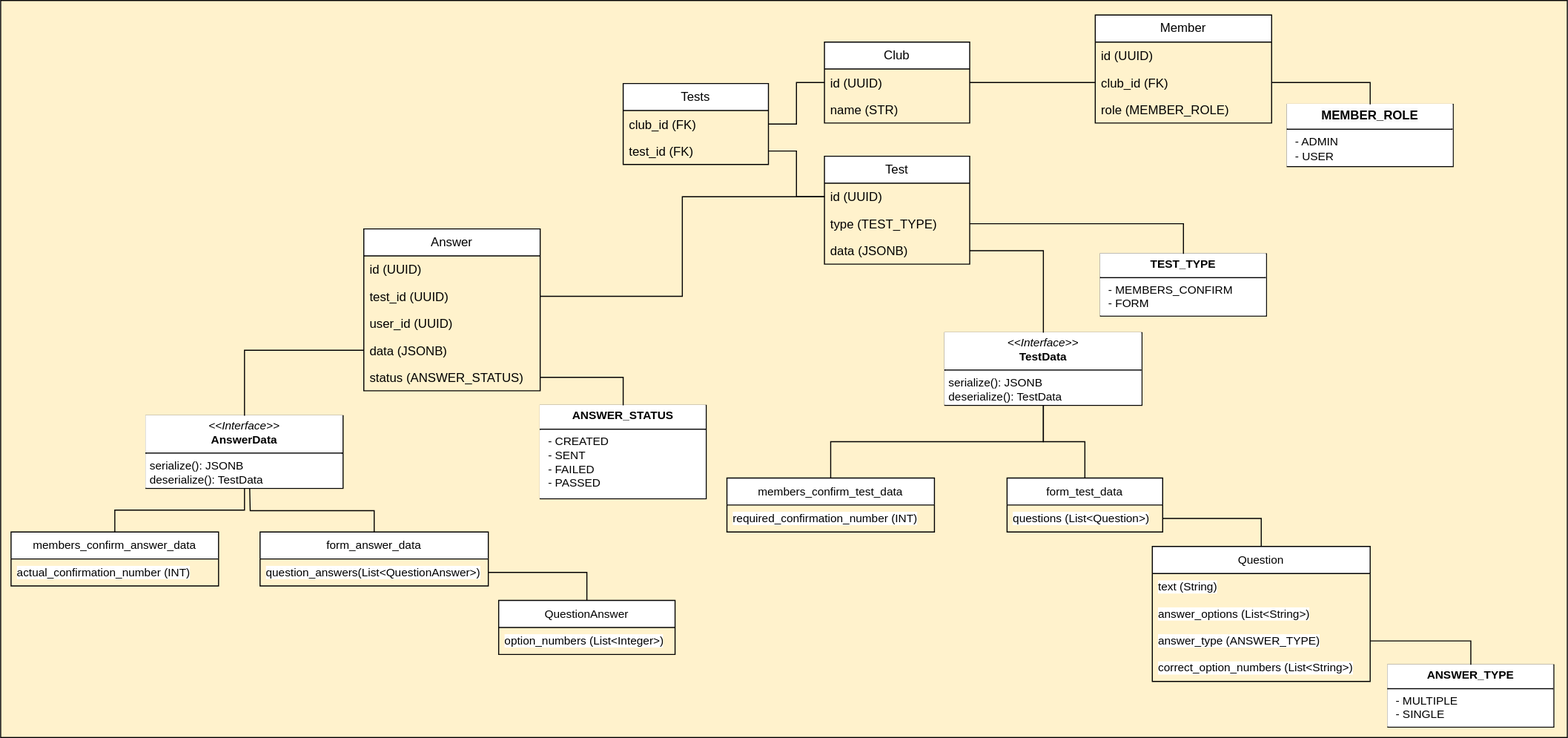
Before: doc/img/domain_model.drawio.svg, a diagram exported from draw.io (ru-random-walk/club-service). Source tidied: cells renumbered, new cells last; positions are measured from the earlier drawing's top-left corner, leaving out a move shared by most shapes.
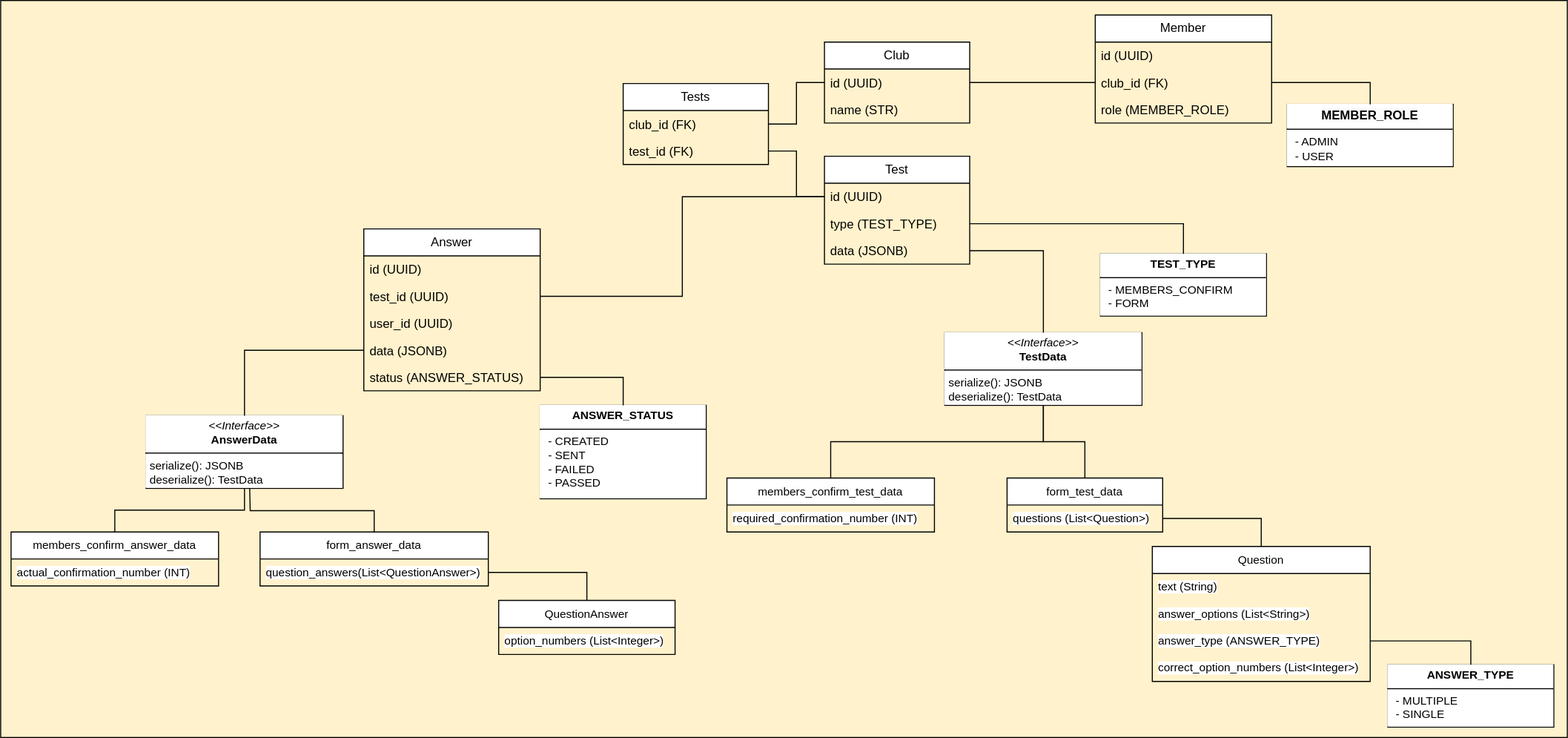
Above is the later version.

Commit message:
RANDOMWALK-20: fix schema

What changed in the source:
```diff
@@ -86,7 +86,7 @@
     <mxCell id="29" value="answer_type (ANSWER_TYPE)" style="text;strokeColor=none;fillColor=none;align=left;verticalAlign=top;spacingLeft=4;spacingRight=4;overflow=hidden;points=[[0,0.5],[1,0.5]];portConstraint=eastwest;whiteSpace=wrap;html=1;fontFamily=Helvetica;fontSize=11;fontColor=default;labelBackgroundColor=default;" parent="26" vertex="1">
       <mxGeometry y="78" width="210" height="26" as="geometry" />
     </mxCell>
-    <mxCell id="30" value="correct_option_numbers (List&amp;lt;String&amp;gt;)" style="text;strokeColor=none;fillColor=none;align=left;verticalAlign=top;spacingLeft=4;spacingRight=4;overflow=hidden;whiteSpace=wrap;html=1;fontFamily=Helvetica;fontSize=11;fontColor=default;labelBackgroundColor=default;" parent="26" vertex="1">
+    <mxCell id="30" value="correct_option_numbers (List&amp;lt;Integer&amp;gt;)" style="text;strokeColor=none;fillColor=none;align=left;verticalAlign=top;spacingLeft=4;spacingRight=4;overflow=hidden;whiteSpace=wrap;html=1;fontFamily=Helvetica;fontSize=11;fontColor=default;labelBackgroundColor=default;" parent="26" vertex="1">
       <mxGeometry y="104" width="210" height="26" as="geometry" />
     </mxCell>
     <mxCell id="31" value="&lt;p style=&quot;margin: 4px 0px 0px; text-align: center;&quot;&gt;&lt;span style=&quot;text-align: left;&quot;&gt;&lt;b&gt;ANSWER_TYPE&lt;/b&gt;&lt;/span&gt;&lt;br&gt;&lt;/p&gt;&lt;hr size=&quot;1&quot; style=&quot;border-style:solid;&quot;&gt;&lt;p style=&quot;margin:0px;margin-left:8px;&quot;&gt;- MULTIPLE&lt;/p&gt;&lt;p style=&quot;margin:0px;margin-left:8px;&quot;&gt;- SINGLE&lt;/p&gt;" style="verticalAlign=top;align=left;overflow=fill;html=1;whiteSpace=wrap;fontFamily=Helvetica;fontSize=11;fontColor=default;labelBackgroundColor=default;" parent="1" vertex="1">
```
